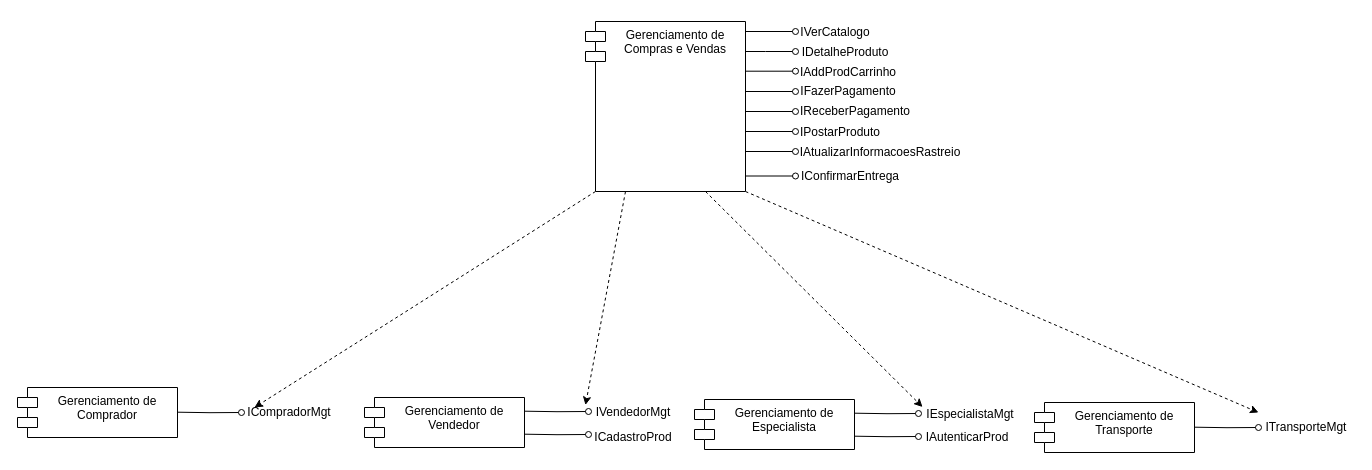
Earlier version of the draw.io diagram page "Diagrama de Aquitetura de Componentes" (7 of 9) of DiagramasDeModelagem.drawio (luca-moraes/projetoCorintoModelagem). Source tidied: cells renumbered, new cells numbered last; positions are measured from the earlier drawing's top-left corner, leaving out a move shared by most shapes. Both pictures are drawn from the tidied source at 100%, with x=0, y=0 at pixel (17, 17).
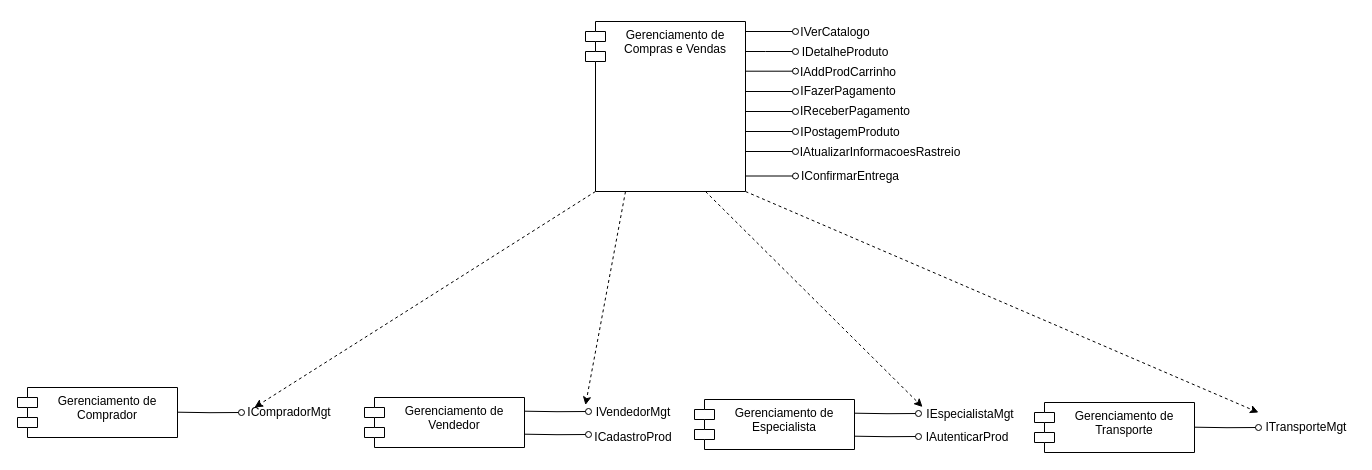
The same diagram, later.

The edit, as a diff of the source:
```diff
@@
-    <mxCell id="36" value="IPostarProduto" style="text;html=1;strokeColor=none;fillColor=none;align=center;verticalAlign=middle;whiteSpace=wrap;rounded=0;" parent="1" vertex="1">
-      <mxGeometry x="788" y="100" width="70" height="30" as="geometry" />
+    <mxCell id="36" value="IPostagemProduto" style="text;html=1;strokeColor=none;fillColor=none;align=center;verticalAlign=middle;whiteSpace=wrap;rounded=0;" parent="1" vertex="1">
+      <mxGeometry x="798" y="100" width="70" height="30" as="geometry" />
     </mxCell>
```
